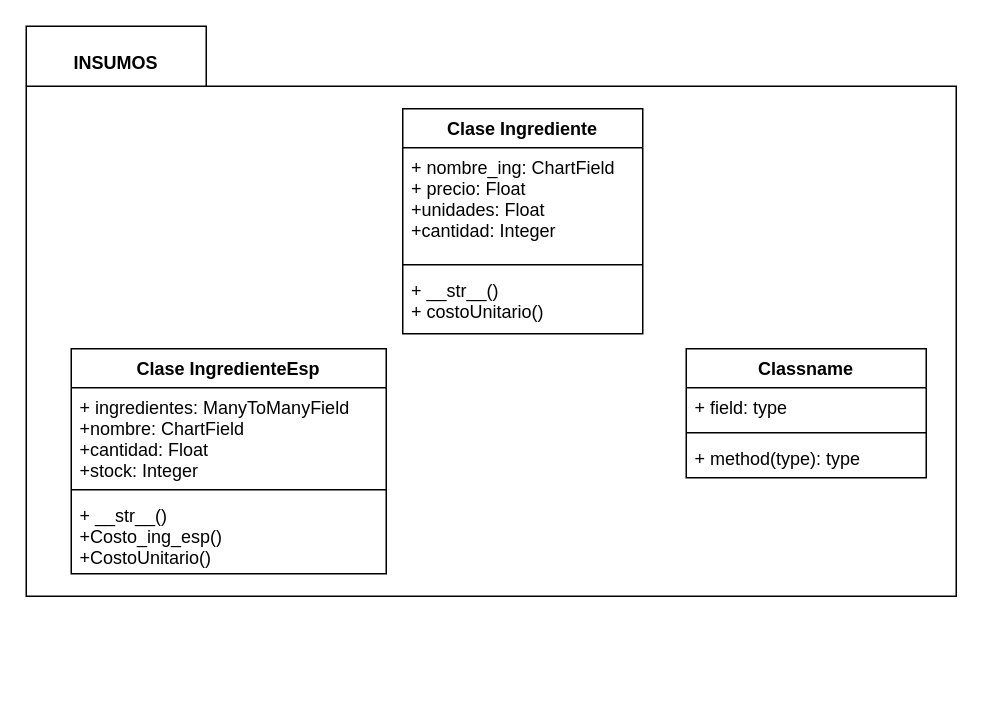
This is Untitled Diagram.drawio from abdielpava/business_co, a draw.io file, before an edit. Source tidied: cells renumbered, new cells numbered last; positions are measured from the earlier drawing's top-left corner, leaving out a move shared by most shapes. Both pictures are drawn from the tidied source at 150%, with x=0, y=0 at pixel (26, 26).
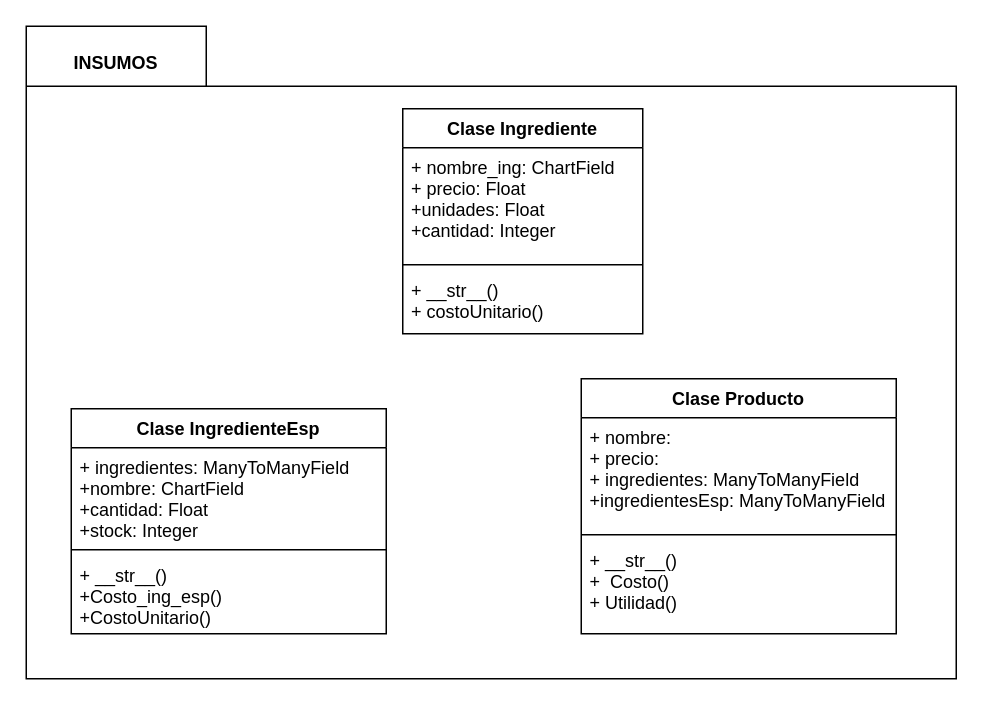
The same page after the edit.

Commit message (it also covers changes not shown here):
UML Insumos

Diff of the diagram source:
```diff
@@
 <mxGraphModel>
   <root>
     <mxCell id="0" />
     <mxCell id="1" parent="0" />
     <mxCell id="2" style="shape=folder;fontStyle=1;spacingTop=10;tabWidth=120;tabHeight=40;tabPosition=left;html=1;" parent="1" vertex="1">
-      <mxGeometry width="620" height="380" as="geometry" />
+      <mxGeometry width="620" height="435" as="geometry" />
     </mxCell>
     <mxCell id="3" value="INSUMOS" style="text;html=1;strokeColor=none;fillColor=none;align=center;verticalAlign=middle;whiteSpace=wrap;rounded=0;fontStyle=1;" parent="1" vertex="1">
       <mxGeometry x="40" y="15" width="40" height="20" as="geometry" />
     </mxCell>
     <mxCell id="4" value="Clase Ingrediente" style="swimlane;fontStyle=1;align=center;verticalAlign=top;horizontal=1;startSize=26;" parent="1" vertex="1">
       <mxGeometry x="251" y="55" width="160" height="150" as="geometry" />
     </mxCell>
     <mxCell id="5" value="+ nombre_ing: ChartField&#10;+ precio: Float&#10;+unidades: Float&#10;+cantidad: Integer&#10;" style="text;strokeColor=none;fillColor=none;align=left;verticalAlign=top;spacingLeft=4;spacingRight=4;overflow=hidden;" parent="4" vertex="1">
       <mxGeometry y="26" width="160" height="74" as="geometry" />
     </mxCell>
     <mxCell id="6" style="line;strokeWidth=1;fillColor=none;align=left;verticalAlign=middle;spacingTop=-1;spacingLeft=3;spacingRight=3;labelPosition=right;" parent="4" vertex="1">
       <mxGeometry y="100" width="160" height="8" as="geometry" />
     </mxCell>
     <mxCell id="7" value="+ __str__()&#10;+ costoUnitario()" style="text;strokeColor=none;fillColor=none;align=left;verticalAlign=top;spacingLeft=4;spacingRight=4;overflow=hidden;" parent="4" vertex="1">
       <mxGeometry y="108" width="160" height="42" as="geometry" />
     </mxCell>
     <mxCell id="8" value="Clase IngredienteEsp" style="swimlane;fontStyle=1;align=center;verticalAlign=top;horizontal=1;startSize=26;" parent="1" vertex="1">
-      <mxGeometry x="30" y="215" width="210" height="150" as="geometry" />
+      <mxGeometry x="30" y="255" width="210" height="150" as="geometry" />
     </mxCell>
     <mxCell id="9" value="+ ingredientes: ManyToManyField&#10;+nombre: ChartField&#10;+cantidad: Float&#10;+stock: Integer" style="text;strokeColor=none;fillColor=none;align=left;verticalAlign=top;spacingLeft=4;spacingRight=4;overflow=hidden;" parent="8" vertex="1">
       <mxGeometry y="26" width="210" height="64" as="geometry" />
     </mxCell>
     <mxCell id="10" style="line;strokeWidth=1;fillColor=none;align=left;verticalAlign=middle;spacingTop=-1;spacingLeft=3;spacingRight=3;labelPosition=right;" parent="8" vertex="1">
       <mxGeometry y="90" width="210" height="8" as="geometry" />
     </mxCell>
     <mxCell id="11" value="+ __str__()&#10;+Costo_ing_esp()&#10;+CostoUnitario()" style="text;strokeColor=none;fillColor=none;align=left;verticalAlign=top;spacingLeft=4;spacingRight=4;overflow=hidden;" parent="8" vertex="1">
       <mxGeometry y="98" width="210" height="52" as="geometry" />
     </mxCell>
-    <mxCell id="12" value="Classname" style="swimlane;fontStyle=1;align=center;verticalAlign=top;horizontal=1;startSize=26;" parent="1" vertex="1">
-      <mxGeometry x="440" y="215" width="160" height="86" as="geometry" />
+    <mxCell id="12" value="Clase Producto" style="swimlane;fontStyle=1;align=center;verticalAlign=top;horizontal=1;startSize=26;" parent="1" vertex="1">
+      <mxGeometry x="370" y="235" width="210" height="170" as="geometry" />
     </mxCell>
-    <mxCell id="13" value="+ field: type" style="text;strokeColor=none;fillColor=none;align=left;verticalAlign=top;spacingLeft=4;spacingRight=4;overflow=hidden;" parent="12" vertex="1">
-      <mxGeometry y="26" width="160" height="26" as="geometry" />
+    <mxCell id="13" value="+ nombre:&#10;+ precio:&#10;+ ingredientes: ManyToManyField&#10;+ingredientesEsp: ManyToManyField&#10;" style="text;strokeColor=none;fillColor=none;align=left;verticalAlign=top;spacingLeft=4;spacingRight=4;overflow=hidden;" parent="12" vertex="1">
+      <mxGeometry y="26" width="210" height="74" as="geometry" />
     </mxCell>
     <mxCell id="14" style="line;strokeWidth=1;fillColor=none;align=left;verticalAlign=middle;spacingTop=-1;spacingLeft=3;spacingRight=3;labelPosition=right;" parent="12" vertex="1">
-      <mxGeometry y="52" width="160" height="8" as="geometry" />
+      <mxGeometry y="100" width="210" height="8" as="geometry" />
     </mxCell>
-    <mxCell id="15" value="+ method(type): type" style="text;strokeColor=none;fillColor=none;align=left;verticalAlign=top;spacingLeft=4;spacingRight=4;overflow=hidden;" parent="12" vertex="1">
-      <mxGeometry y="60" width="160" height="26" as="geometry" />
+    <mxCell id="15" value="+ __str__()&#10;+  Costo()&#10;+ Utilidad()" style="text;strokeColor=none;fillColor=none;align=left;verticalAlign=top;spacingLeft=4;spacingRight=4;overflow=hidden;" parent="12" vertex="1">
+      <mxGeometry y="108" width="210" height="62" as="geometry" />
     </mxCell>
   </root>
 </mxGraphModel>
```
